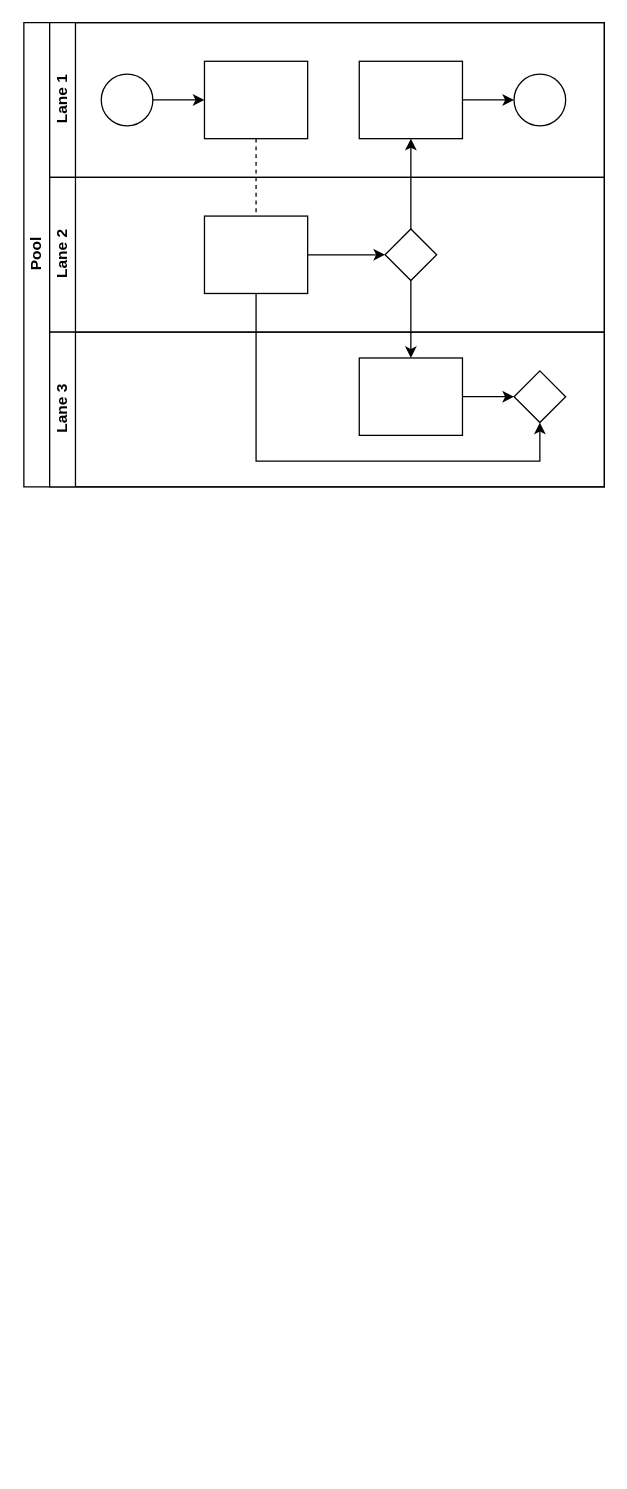
Kachirikilu/IoT-Project-with-Node---React keeps this draw.io diagram as backend2/Diagram Tanpa Judul.drawio. Above is the earlier version. Source tidied: cells renumbered, new cells numbered last; positions are measured from the earlier drawing's top-left corner, leaving out a move shared by most shapes. Both pictures are drawn from the tidied source at 129%, with x=0, y=0 at pixel (23, 22).
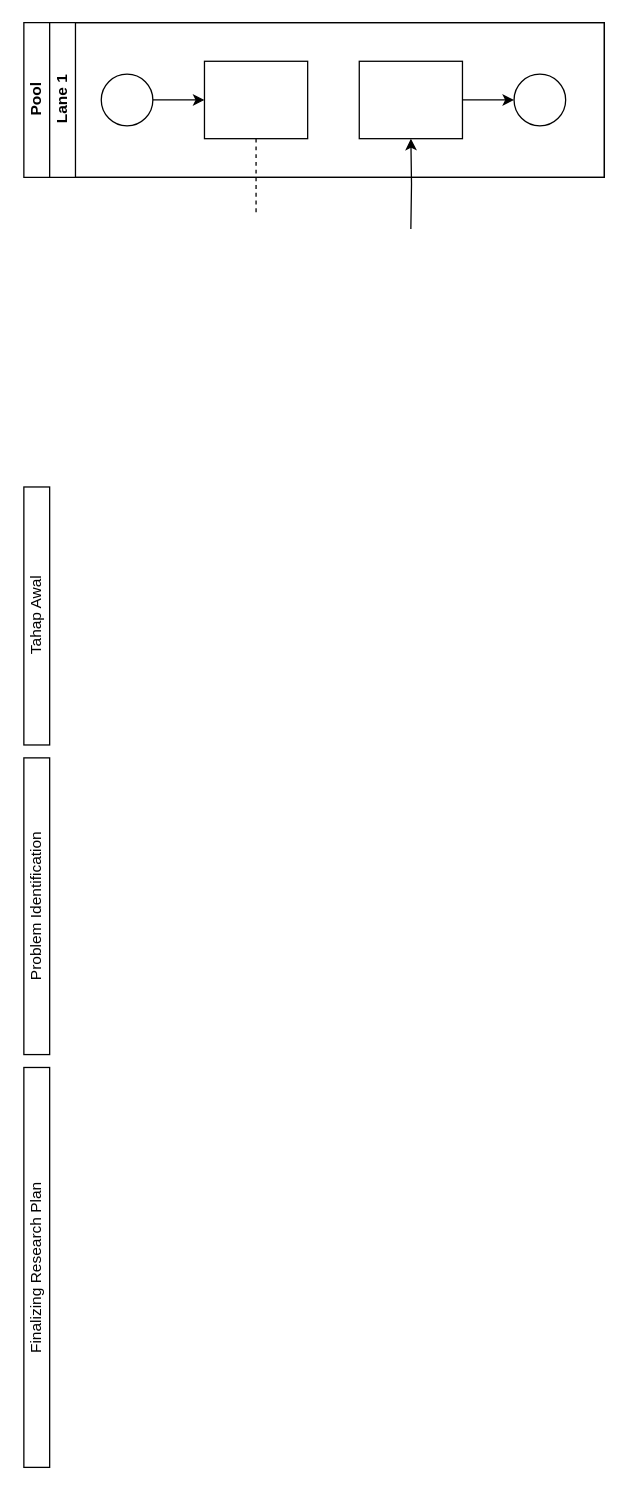
Above is the later version.

Unchanged cells that the change refers to:
```xml
<mxCell id="10" style="rounded=0;whiteSpace=wrap;html=1;fontFamily=Helvetica;fontSize=12;fontColor=#000000;align=center;" parent="7" vertex="1">
  <mxGeometry x="120" y="30" width="80" height="60" as="geometry" />
</mxCell>
<mxCell id="12" style="rounded=0;whiteSpace=wrap;html=1;fontFamily=Helvetica;fontSize=12;fontColor=#000000;align=center;" parent="7" vertex="1">
  <mxGeometry x="240" y="30" width="80" height="60" as="geometry" />
</mxCell>
```

Change to the diagram source:
```diff
@@
     <mxCell id="2" value="Pool" style="swimlane;html=1;horizontal=0;startSize=20;" parent="1" vertex="1">
-      <mxGeometry width="450" height="360" as="geometry" />
+      <mxGeometry width="450" height="120" as="geometry" />
     </mxCell>
-    <mxCell id="3" style="edgeStyle=orthogonalEdgeStyle;rounded=0;jettySize=auto;html=1;dashed=1;endArrow=none;endFill=0;" parent="2" edge="1" source="10" target="16">
-      <mxGeometry relative="1" as="geometry" />
+    <mxCell id="3" style="edgeStyle=orthogonalEdgeStyle;rounded=0;jettySize=auto;html=1;dashed=1;endArrow=none;endFill=0;" parent="2" edge="1" source="10">
+      <mxGeometry relative="1" as="geometry">
+        <mxPoint x="180" y="150" as="targetPoint" />
+      </mxGeometry>
     </mxCell>
-    <mxCell id="4" style="edgeStyle=orthogonalEdgeStyle;rounded=0;jettySize=auto;html=1;endArrow=classic;endFill=1;" parent="2" edge="1" source="17" target="12">
-      <mxGeometry relative="1" as="geometry" />
+    <mxCell id="4" style="edgeStyle=orthogonalEdgeStyle;rounded=0;jettySize=auto;html=1;endArrow=classic;endFill=1;" parent="2" edge="1" target="12">
+      <mxGeometry relative="1" as="geometry">
+        <mxPoint x="300" y="160" as="sourcePoint" />
+      </mxGeometry>
     </mxCell>
-    <mxCell id="5" style="edgeStyle=orthogonalEdgeStyle;rounded=0;jettySize=auto;html=1;endArrow=classic;endFill=1;" parent="2" edge="1" source="17" target="20">
-      <mxGeometry relative="1" as="geometry" />
-    </mxCell>
-    <mxCell id="6" style="edgeStyle=orthogonalEdgeStyle;rounded=0;jettySize=auto;html=1;endArrow=classic;endFill=1;" parent="2" edge="1" source="16" target="21">
-      <mxGeometry relative="1" as="geometry">
-        <Array as="points">
-          <mxPoint x="180" y="340" />
-          <mxPoint x="400" y="340" />
-        </Array>
-      </mxGeometry>
-    </mxCell>
@@
-    <mxCell id="14" value="Lane 2" style="swimlane;html=1;startSize=20;horizontal=0;" parent="2" vertex="1">
-      <mxGeometry x="20" y="120" width="430" height="120" as="geometry" />
-    </mxCell>
-    <mxCell id="15" style="edgeStyle=orthogonalEdgeStyle;rounded=0;jettySize=auto;html=1;endArrow=classic;endFill=1;" parent="14" edge="1" source="16" target="17">
-      <mxGeometry relative="1" as="geometry" />
-    </mxCell>
-    <mxCell id="16" style="rounded=0;whiteSpace=wrap;html=1;fontFamily=Helvetica;fontSize=12;fontColor=#000000;align=center;" parent="14" vertex="1">
-      <mxGeometry x="120" y="30" width="80" height="60" as="geometry" />
-    </mxCell>
-    <mxCell id="17" style="rhombus;whiteSpace=wrap;html=1;fontFamily=Helvetica;fontSize=12;fontColor=#000000;align=center;" parent="14" vertex="1">
-      <mxGeometry x="260" y="40" width="40" height="40" as="geometry" />
-    </mxCell>
-    <mxCell id="18" value="Lane 3" style="swimlane;html=1;startSize=20;horizontal=0;" parent="2" vertex="1">
-      <mxGeometry x="20" y="240" width="430" height="120" as="geometry" />
-    </mxCell>
-    <mxCell id="19" style="edgeStyle=orthogonalEdgeStyle;rounded=0;jettySize=auto;html=1;endArrow=classic;endFill=1;" parent="18" edge="1" source="20" target="21">
-      <mxGeometry relative="1" as="geometry" />
-    </mxCell>
-    <mxCell id="20" style="rounded=0;whiteSpace=wrap;html=1;fontFamily=Helvetica;fontSize=12;fontColor=#000000;align=center;" parent="18" vertex="1">
-      <mxGeometry x="240" y="20" width="80" height="60" as="geometry" />
-    </mxCell>
-    <mxCell id="21" style="rhombus;whiteSpace=wrap;html=1;fontFamily=Helvetica;fontSize=12;fontColor=#000000;align=center;" parent="18" vertex="1">
-      <mxGeometry x="360" y="30" width="40" height="40" as="geometry" />
-    </mxCell>
+    <mxCell id="22" style="rounded=0;whiteSpace=wrap;html=1;" parent="1" vertex="1">
+      <mxGeometry y="360" width="20" height="200" as="geometry" />
+    </mxCell>
+    <mxCell id="23" value="Tahap Awal" style="text;html=1;align=center;verticalAlign=middle;whiteSpace=wrap;rounded=0;rotation=-90;" parent="1" vertex="1">
+      <mxGeometry x="-36.3" y="449.1" width="92.6" height="21.9" as="geometry" />
+    </mxCell>
+    <mxCell id="24" style="rounded=0;whiteSpace=wrap;html=1;" parent="1" vertex="1">
+      <mxGeometry y="570" width="20" height="230" as="geometry" />
+    </mxCell>
+    <mxCell id="25" value="Problem Identification" style="text;html=1;align=center;verticalAlign=middle;whiteSpace=wrap;rounded=0;rotation=-90;" parent="1" vertex="1">
+      <mxGeometry x="-53.1" y="674.1" width="126.3" height="21.9" as="geometry" />
+    </mxCell>
+    <mxCell id="26" style="rounded=0;whiteSpace=wrap;html=1;" parent="1" vertex="1">
+      <mxGeometry y="810" width="20" height="310" as="geometry" />
+    </mxCell>
+    <mxCell id="27" value="Finalizing Research Plan" style="text;html=1;align=center;verticalAlign=middle;whiteSpace=wrap;rounded=0;rotation=-90;" parent="1" vertex="1">
+      <mxGeometry x="-71.6" y="954.1" width="163.1" height="21.9" as="geometry" />
+    </mxCell>
```
